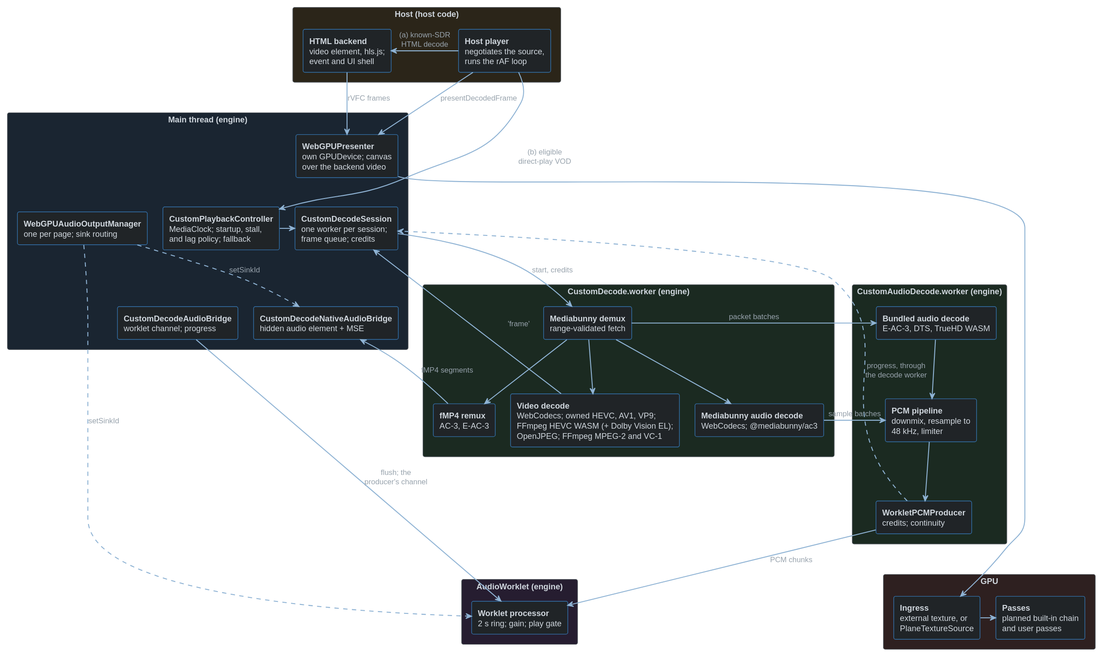
This is docs/src/diagrams/architecture-layers.dark.svg from alchemyyy/WebGPU-Player, a PlantUML export, as it was before one commit. The source it was exported from:
```plantuml
@startuml
!include diagram-theme.puml
skinparam nodesep 25
skinparam ranksep 45

rectangle "Host (host code)" $BOX_HOST {
  rectangle "**Host player**\nnegotiates the source,\nruns the rAF loop" as hostPlayer
  rectangle "**HTML backend**\nvideo element, hls.js;\nevent and UI shell" as htmlBackend
}

rectangle "Main thread (engine)" $BOX_MAIN {
  rectangle "**CustomPlaybackController**\nMediaClock; startup, stall,\nand lag policy; fallback" as controller
  rectangle "**CustomDecodeSession**\none worker per session;\nframe queue; credits" as session
  rectangle "**WebGPUPresenter**\nown GPUDevice; canvas\nover the backend video" as presenter
  rectangle "**CustomDecodeAudioBridge**\nworklet channel; progress" as pcmBridge
  rectangle "**CustomDecodeNativeAudioBridge**\nhidden audio element + MSE" as nativeBridge
  rectangle "**WebGPUAudioOutputManager**\none per page; sink routing" as sinkManager
}

rectangle "CustomDecode.worker (engine)" $BOX_WORKER {
  rectangle "**Mediabunny demux**\nrange-validated fetch" as demux
  rectangle "**Video decode**\nWebCodecs; owned HEVC, AV1, VP9;\nFFmpeg HEVC WASM (+ Dolby Vision EL);\nOpenJPEG; FFmpeg MPEG-2 and VC-1" as videoDecoders
  rectangle "**Mediabunny audio decode**\nWebCodecs; @mediabunny/ac3" as audioDecoders
  rectangle "**fMP4 remux**\nAC-3, E-AC-3" as remux
}

rectangle "CustomAudioDecode.worker (engine)" $BOX_WORKER {
  rectangle "**Bundled audio decode**\nE-AC-3, DTS, TrueHD WASM" as bundledAudioDecoders
  rectangle "**PCM pipeline**\ndownmix, resample to\n48 kHz, limiter" as pcmPipeline
  rectangle "**WorkletPCMProducer**\ncredits; continuity" as producer
}

rectangle "AudioWorklet (engine)" $BOX_WORKLET {
  rectangle "**Worklet processor**\n2 s ring; gain; play gate" as processor
}

rectangle "GPU" $BOX_GPU {
  rectangle "**Ingress**\nexternal texture, or\nPlaneTextureSource" as upload
  rectangle "**Passes**\nplanned built-in chain\nand user passes" as colorShader
}

hostPlayer -right-> htmlBackend : (a) known-SDR\nHTML decode
hostPlayer -down-> controller : (b) eligible\ndirect-play VOD
htmlBackend -down-> presenter : rVFC frames
hostPlayer -down-> presenter : presentDecodedFrame

controller -right-> session
session -down-> demux : start, credits
demux -down-> videoDecoders
demux -down-> audioDecoders
demux -down-> remux
demux -right-> bundledAudioDecoders : packet batches
audioDecoders -right-> pcmPipeline : sample batches
bundledAudioDecoders -down-> pcmPipeline
pcmPipeline -down-> producer
videoDecoders -up-> session : 'frame'
producer -down-> processor : PCM chunks
producer ..> session : progress, through\nthe decode worker
remux -up-> nativeBridge : fMP4 segments
pcmBridge -down-> processor : flush; the\nproducer's channel
presenter -right-> upload
upload -right-> colorShader
sinkManager ..> processor : setSinkId
sinkManager ..> nativeBridge : setSinkId

controller -[hidden]down-> pcmBridge
session -[hidden]down-> nativeBridge
presenter -[hidden]down-> sinkManager
processor -[hidden]right-> upload
@enduml
```
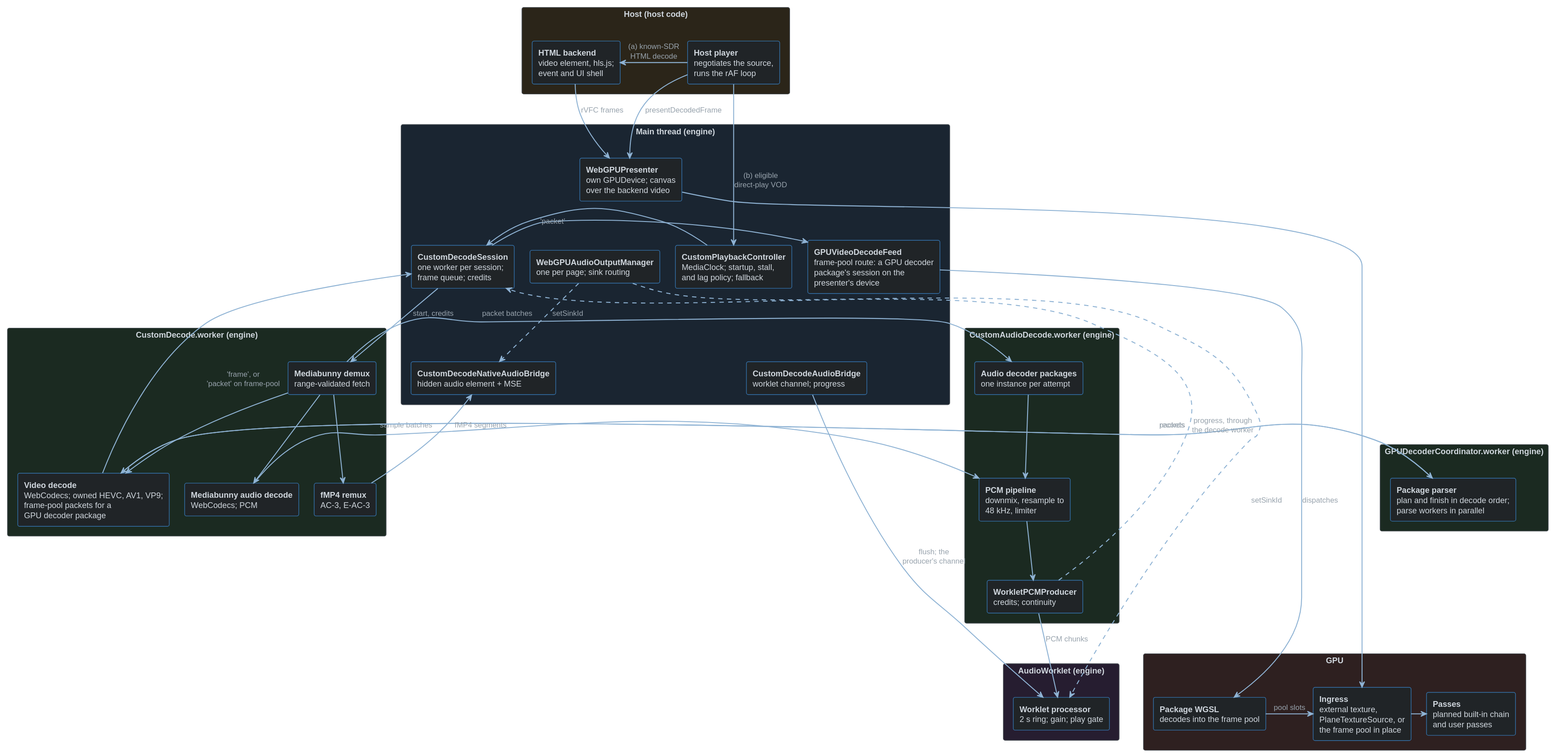
After the commit.

Diff of the diagram source:
```diff
@@ -11,6 +11,7 @@
 rectangle "Main thread (engine)" $BOX_MAIN {
   rectangle "**CustomPlaybackController**\nMediaClock; startup, stall,\nand lag policy; fallback" as controller
   rectangle "**CustomDecodeSession**\none worker per session;\nframe queue; credits" as session
+  rectangle "**GPUVideoDecodeFeed**\nframe-pool route: a GPU decoder\npackage's session on the\npresenter's device" as gpuFeed
   rectangle "**WebGPUPresenter**\nown GPUDevice; canvas\nover the backend video" as presenter
   rectangle "**CustomDecodeAudioBridge**\nworklet channel; progress" as pcmBridge
   rectangle "**CustomDecodeNativeAudioBridge**\nhidden audio element + MSE" as nativeBridge
@@ -19,13 +20,17 @@
 
 rectangle "CustomDecode.worker (engine)" $BOX_WORKER {
   rectangle "**Mediabunny demux**\nrange-validated fetch" as demux
-  rectangle "**Video decode**\nWebCodecs; owned HEVC, AV1, VP9;\nFFmpeg HEVC WASM (+ Dolby Vision EL);\nOpenJPEG; FFmpeg MPEG-2 and VC-1" as videoDecoders
-  rectangle "**Mediabunny audio decode**\nWebCodecs; @mediabunny/ac3" as audioDecoders
+  rectangle "**Video decode**\nWebCodecs; owned HEVC, AV1, VP9;\nframe-pool packets for a\nGPU decoder package" as videoDecoders
+  rectangle "**Mediabunny audio decode**\nWebCodecs; PCM" as audioDecoders
   rectangle "**fMP4 remux**\nAC-3, E-AC-3" as remux
 }
 
+rectangle "GPUDecoderCoordinator.worker (engine)" $BOX_WORKER {
+  rectangle "**Package parser**\nplan and finish in decode order;\nparse workers in parallel" as parser
+}
+
 rectangle "CustomAudioDecode.worker (engine)" $BOX_WORKER {
-  rectangle "**Bundled audio decode**\nE-AC-3, DTS, TrueHD WASM" as bundledAudioDecoders
+  rectangle "**Audio decoder packages**\none instance per attempt" as packageAudioDecoders
   rectangle "**PCM pipeline**\ndownmix, resample to\n48 kHz, limiter" as pcmPipeline
   rectangle "**WorkletPCMProducer**\ncredits; continuity" as producer
 }
@@ -35,7 +40,8 @@
 }
 
 rectangle "GPU" $BOX_GPU {
-  rectangle "**Ingress**\nexternal texture, or\nPlaneTextureSource" as upload
+  rectangle "**Package WGSL**\ndecodes into the frame pool" as gpuDecoder
+  rectangle "**Ingress**\nexternal texture,\nPlaneTextureSource, or\nthe frame pool in place" as upload
   rectangle "**Passes**\nplanned built-in chain\nand user passes" as colorShader
 }
 
@@ -49,11 +55,16 @@
 demux -down-> videoDecoders
 demux -down-> audioDecoders
 demux -down-> remux
-demux -right-> bundledAudioDecoders : packet batches
+demux -right-> packageAudioDecoders : packet batches
 audioDecoders -right-> pcmPipeline : sample batches
-bundledAudioDecoders -down-> pcmPipeline
+packageAudioDecoders -down-> pcmPipeline
 pcmPipeline -down-> producer
-videoDecoders -up-> session : 'frame'
+videoDecoders -up-> session : 'frame', or\n'packet' on frame-pool
+videoDecoders -right-> parser : packets
+parser -left-> videoDecoders : records
+session -right-> gpuFeed : 'packet'
+gpuFeed -down-> gpuDecoder : dispatches
+gpuDecoder -right-> upload : pool slots
 producer -down-> processor : PCM chunks
 producer ..> session : progress, through\nthe decode worker
 remux -up-> nativeBridge : fMP4 segments
```
